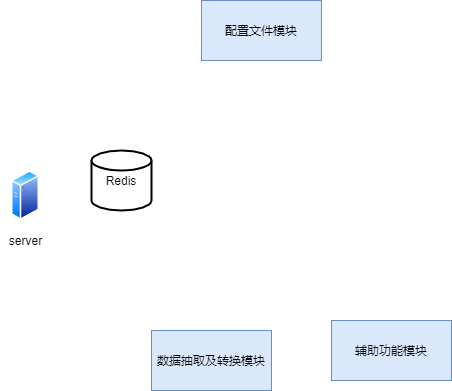
This is 数据抽取模块.png from bangyanli/story, a draw.io export, as it was before one commit. Source tidied: cells renumbered, new cells last; positions are measured from the earlier drawing's top-left corner, leaving out a move shared by most shapes.
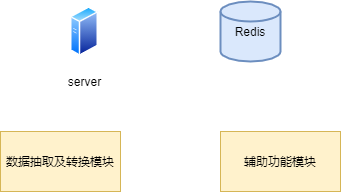
After the commit.

Commit message:
Update 数据抽取模块.png

Change to the diagram source:
```diff
@@ -2,23 +2,20 @@
   <root>
     <mxCell id="0" />
     <mxCell id="1" parent="0" />
-    <mxCell id="2" value="数据抽取及转换模块" style="rounded=0;whiteSpace=wrap;html=1;fillColor=#dae8fc;strokeColor=#6c8ebf;" parent="1" vertex="1">
-      <mxGeometry x="151" y="330" width="120" height="60" as="geometry" />
+    <mxCell id="2" value="数据抽取及转换模块" style="rounded=0;whiteSpace=wrap;html=1;fillColor=#fff2cc;strokeColor=#d6b656;" parent="1" vertex="1">
+      <mxGeometry x="121" y="280" width="120" height="60" as="geometry" />
     </mxCell>
-    <mxCell id="3" value="配置文件模块" style="whiteSpace=wrap;html=1;fillColor=#dae8fc;strokeColor=#6c8ebf;" parent="1" vertex="1">
-      <mxGeometry x="201" width="120" height="60" as="geometry" />
-    </mxCell>
-    <mxCell id="4" value="辅助功能模块" style="whiteSpace=wrap;html=1;fillColor=#dae8fc;strokeColor=#6c8ebf;" parent="1" vertex="1">
-      <mxGeometry x="331" y="320" width="120" height="60" as="geometry" />
+    <mxCell id="4" value="辅助功能模块" style="whiteSpace=wrap;html=1;fillColor=#fff2cc;strokeColor=#d6b656;" parent="1" vertex="1">
+      <mxGeometry x="341" y="280" width="120" height="60" as="geometry" />
     </mxCell>
-    <mxCell id="5" style="perimeter=ellipsePerimeter;html=1;align=center;shadow=0;dashed=0;spacingTop=3;image;image=img/lib/active_directory/generic_server.svg;" parent="1" vertex="1">
-      <mxGeometry x="11" y="170" width="28" height="50" as="geometry" />
+    <mxCell id="5" style="perimeter=ellipsePerimeter;html=1;align=center;shadow=0;dashed=0;spacingTop=3;image;image=img/lib/active_directory/generic_server.svg;fillColor=#dae8fc;strokeColor=#6c8ebf;" parent="1" vertex="1">
+      <mxGeometry x="191" y="155" width="28" height="50" as="geometry" />
     </mxCell>
-    <mxCell id="6" value="Redis" style="strokeWidth=2;html=1;shape=mxgraph.flowchart.database;whiteSpace=wrap;" parent="1" vertex="1">
-      <mxGeometry x="91" y="150" width="60" height="60" as="geometry" />
+    <mxCell id="6" value="Redis" style="strokeWidth=2;html=1;shape=mxgraph.flowchart.database;whiteSpace=wrap;fillColor=#dae8fc;strokeColor=#6c8ebf;" parent="1" vertex="1">
+      <mxGeometry x="341" y="150" width="60" height="60" as="geometry" />
     </mxCell>
     <mxCell id="7" value="server" style="text;html=1;align=center;verticalAlign=middle;" parent="1" vertex="1">
-      <mxGeometry y="230" width="50" height="20" as="geometry" />
+      <mxGeometry x="180" y="220" width="50" height="20" as="geometry" />
     </mxCell>
   </root>
 </mxGraphModel>
```
